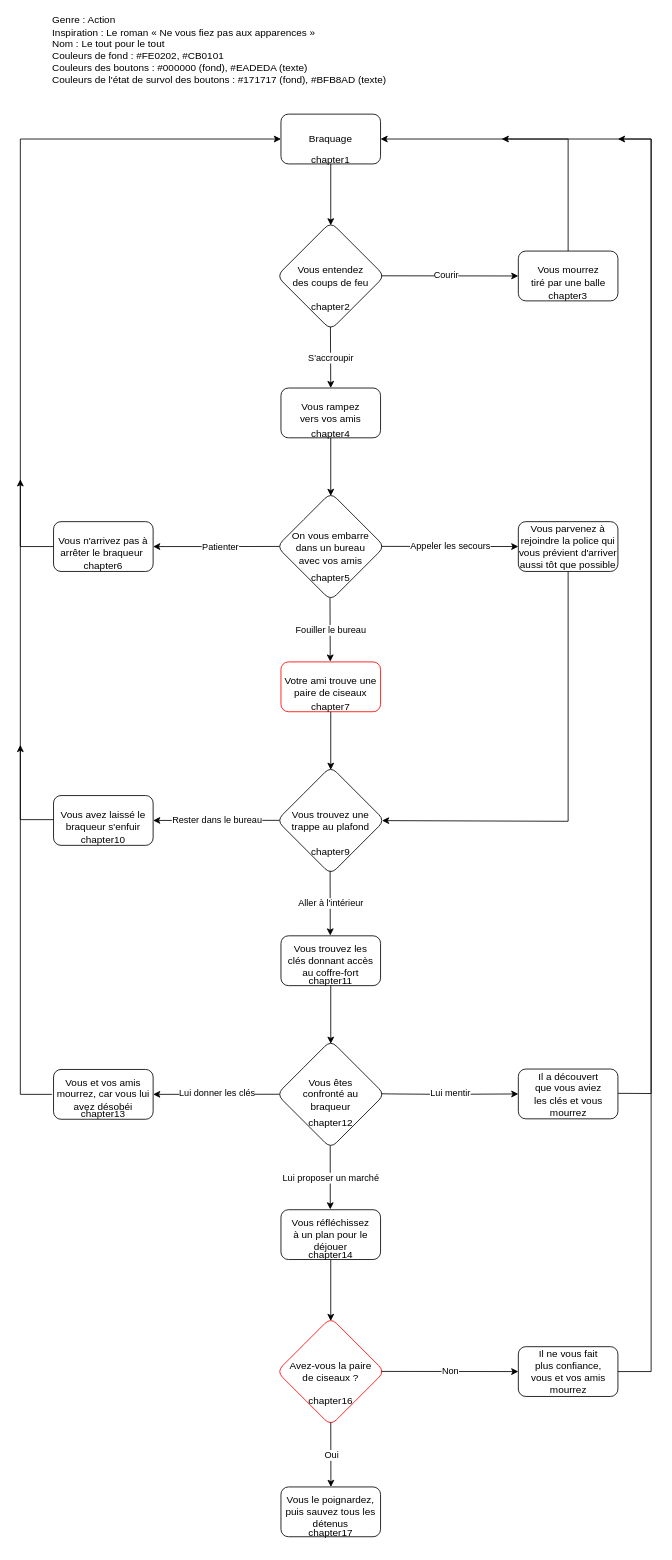
The draw.io diagram assets/schema.drawio in M-lie/vous-etes-le-heros-le-tout-pour-le-tout, before the edit. Source tidied: cells renumbered, new cells numbered last; positions are measured from the earlier drawing's top-left corner, leaving out a move shared by most shapes. Both pictures are drawn from the tidied source at 83%, with x=0, y=0 at pixel (20, 14).
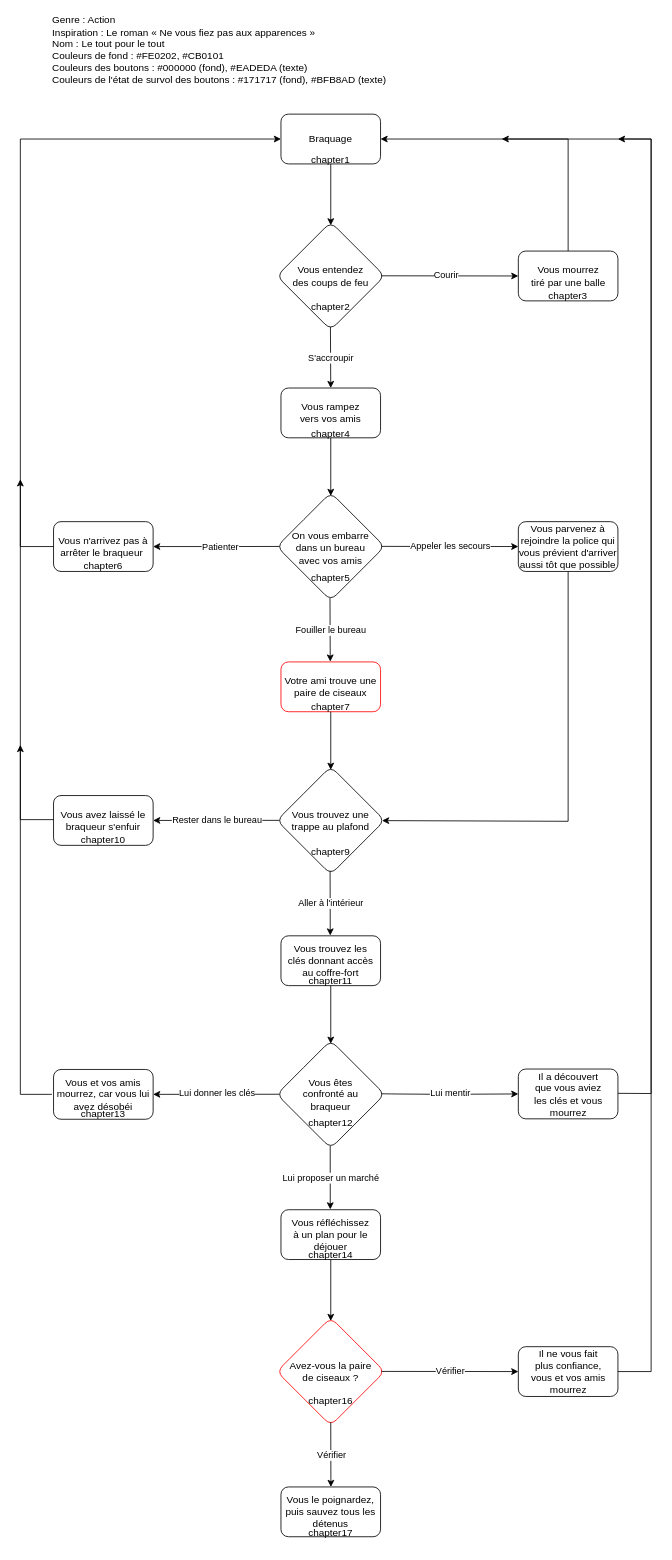
After the change.

Unchanged cells that the change refers to:
```xml
<mxCell id="57" style="endArrow=classic;html=1;entryX=0;entryY=0.5;entryDx=0;entryDy=0;fontColor=#000000;strokeColor=#000000;" parent="1" edge="1" target="56">
  <mxGeometry relative="1" as="geometry">
    <mxPoint x="435" y="1634.8" as="sourcePoint" />
  </mxGeometry>
</mxCell>
<mxCell id="63" style="endArrow=classic;html=1;exitX=0.494;exitY=0.967;exitDx=0;exitDy=0;exitPerimeter=0;fontColor=#000000;strokeColor=#000000;" parent="1" edge="1">
  <mxGeometry relative="1" as="geometry">
    <mxPoint x="374" y="1696.1" as="sourcePoint" />
    <mxPoint x="374.2" y="1774" as="targetPoint" />
  </mxGeometry>
</mxCell>
```

Change to the diagram source:
```diff
@@
-    <mxCell id="58" value="Non" style="edgeLabel;html=1;align=center;verticalAlign=middle;fontColor=#000000;labelBackgroundColor=#FFFFFF;" parent="57" vertex="1">
+    <mxCell id="58" value="Vérifier" style="edgeLabel;html=1;align=center;verticalAlign=middle;fontColor=#000000;labelBackgroundColor=#FFFFFF;" parent="57" vertex="1">
       <mxGeometry relative="1" as="geometry">
         <mxPoint y="-1" as="offset" />
       </mxGeometry>
     </mxCell>
@@
-    <mxCell id="64" value="Oui" style="edgeLabel;html=1;align=center;verticalAlign=middle;fontColor=#000000;labelBackgroundColor=#FFFFFF;" parent="63" vertex="1">
+    <mxCell id="64" value="Vérifier" style="edgeLabel;html=1;align=center;verticalAlign=middle;fontColor=#000000;labelBackgroundColor=#FFFFFF;" parent="63" vertex="1">
       <mxGeometry relative="1" as="geometry" />
     </mxCell>
```
